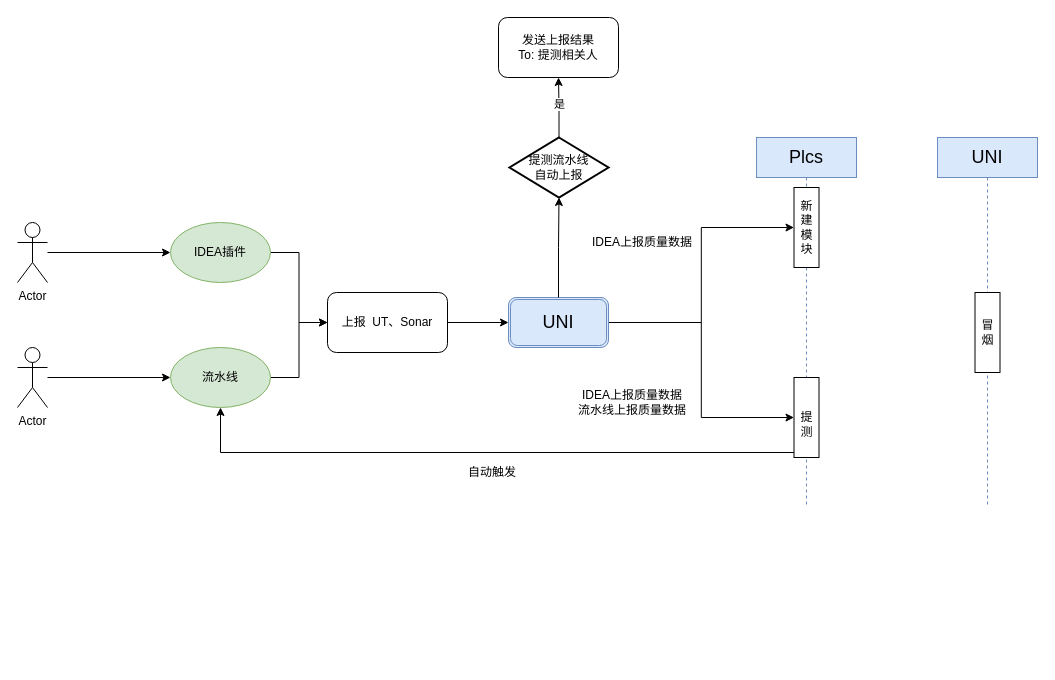
CoconutLoveCoffee/diagrams keeps this draw.io diagram as 唯品会/VIP-开发流程.drawio. Above is the earlier version. Source tidied: cells renumbered, new cells numbered last; positions are measured from the earlier drawing's top-left corner, leaving out a move shared by most shapes. Both pictures are drawn from the tidied source at 100%, with x=0, y=0 at pixel (17, 17).
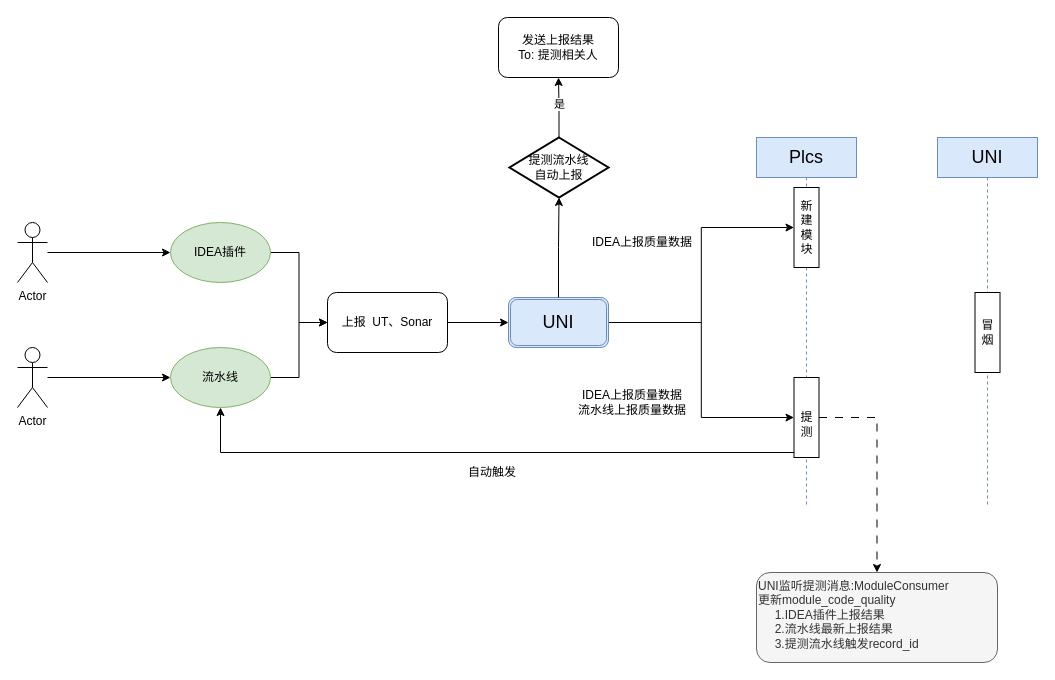
Above is the later version.

Commit message:
更新VIP-开发流程.drawio

The change refers to these unchanged cells:
```xml
<mxCell id="13" value="&lt;div&gt;&lt;br&gt;&lt;/div&gt;&lt;div&gt;提&lt;/div&gt;&lt;div&gt;测&lt;/div&gt;" style="html=1;points=[[0,0,0,0,5],[0,1,0,0,-5],[1,0,0,0,5],[1,1,0,0,-5]];perimeter=orthogonalPerimeter;outlineConnect=0;targetShapes=umlLifeline;portConstraint=eastwest;newEdgeStyle={&quot;curved&quot;:0,&quot;rounded&quot;:0};" parent="11" vertex="1">
  <mxGeometry x="37.5" y="240" width="25" height="80" as="geometry" />
</mxCell>
```

What changed in the source:
```diff
@@
+    <mxCell id="29" value="&lt;div&gt;UNI监听提测消息:ModuleConsumer&lt;/div&gt;更新module_code_quality&lt;div&gt;&amp;nbsp; &amp;nbsp; &amp;nbsp;1.IDEA插件上报结果&lt;/div&gt;&lt;div&gt;&amp;nbsp; &amp;nbsp; &amp;nbsp;2.流水线最新上报结果&lt;/div&gt;&lt;div&gt;&amp;nbsp; &amp;nbsp; &amp;nbsp;3.提测流水线触发record_id&lt;/div&gt;" style="rounded=1;whiteSpace=wrap;html=1;fillColor=#f5f5f5;fontColor=#333333;strokeColor=#666666;align=left;verticalAlign=top;" parent="1" vertex="1">
+      <mxGeometry x="739" y="555" width="241" height="90" as="geometry" />
+    </mxCell>
+    <mxCell id="30" style="edgeStyle=orthogonalEdgeStyle;rounded=0;jettySize=auto;html=1;curved=0;dashed=1;strokeWidth=1;dashPattern=8 8;" parent="1" edge="1" source="13" target="29">
+      <mxGeometry relative="1" as="geometry" />
+    </mxCell>
```
